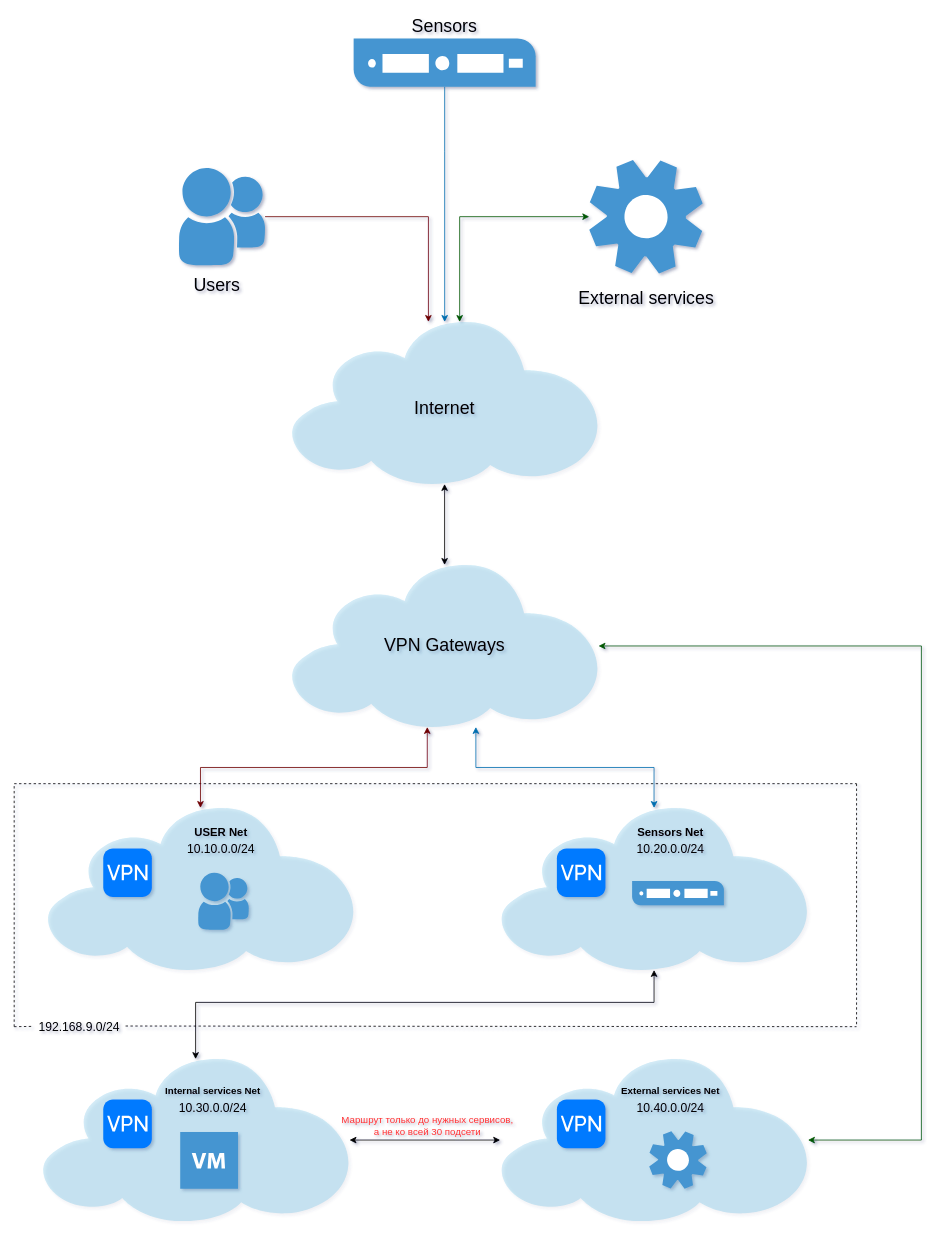
The draw.io diagram network.drawio in versus666jzx/drawio_diagrams, before the edit. Source tidied: cells renumbered, new cells numbered last; positions are measured from the earlier drawing's top-left corner, leaving out a move shared by most shapes. Both pictures are drawn from the tidied source at 81%, with x=0, y=0 at pixel (14, 14).
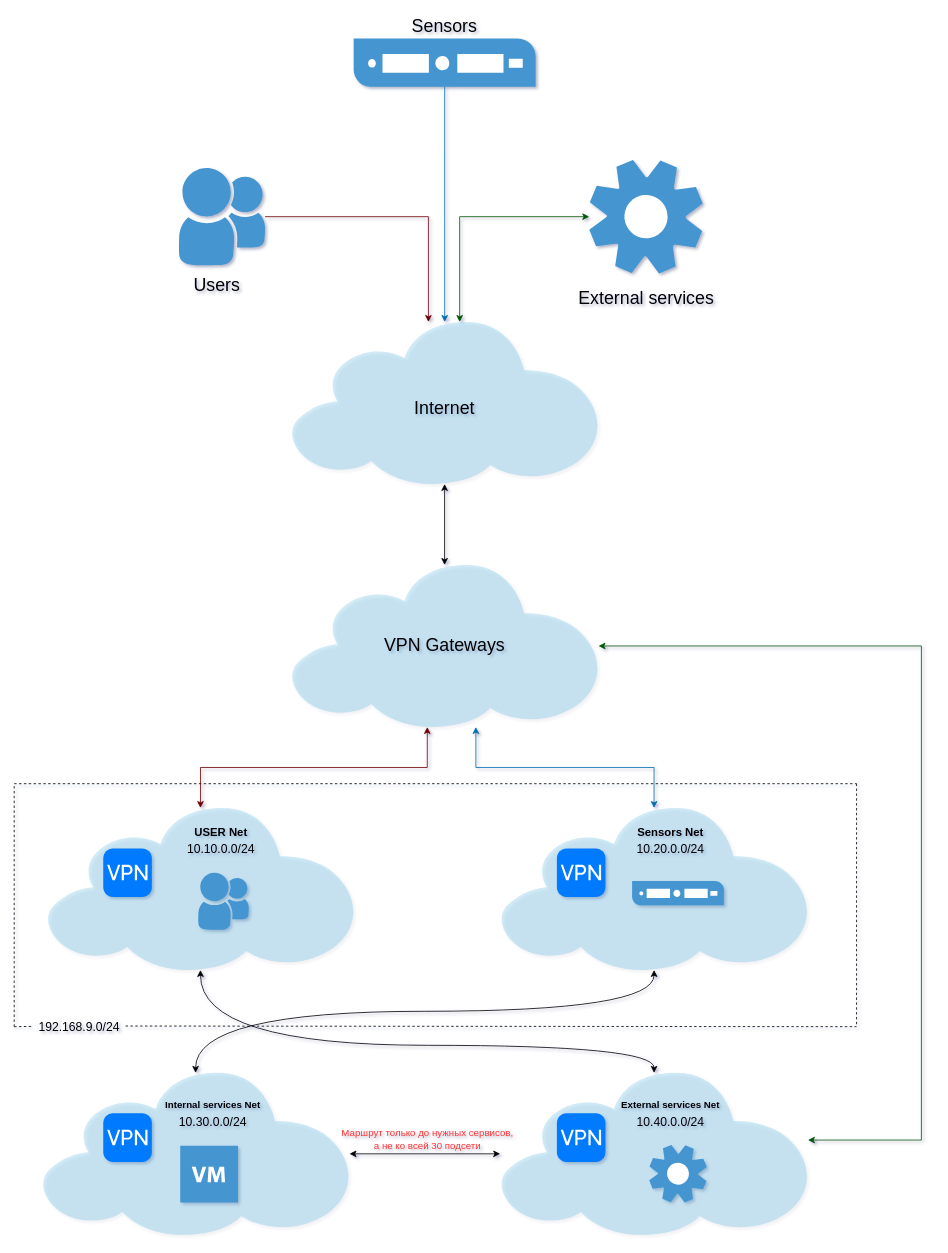
The same page after the edit.

The change refers to these unchanged cells:
```xml
<mxCell id="2" style="shadow=0;dashed=0;html=1;strokeColor=none;fillColor=#4495D1;labelPosition=center;verticalLabelPosition=bottom;verticalAlign=top;align=center;outlineConnect=0;shape=mxgraph.veeam.2d.cloud;" parent="1" vertex="1">
  <mxGeometry x="40" y="980" width="380" height="200" as="geometry" />
</mxCell>
<mxCell id="4" style="shadow=0;dashed=0;html=1;strokeColor=none;fillColor=#4495D1;labelPosition=center;verticalLabelPosition=bottom;verticalAlign=top;align=center;outlineConnect=0;shape=mxgraph.veeam.2d.cloud;" parent="1" vertex="1">
  <mxGeometry x="600" y="980" width="380" height="200" as="geometry" />
</mxCell>
```

Diff of the diagram source:
```diff
@@
+    <mxCell id="48" style="rounded=0;jettySize=auto;html=1;startArrow=classic;startFill=1;edgeStyle=orthogonalEdgeStyle;elbow=vertical;curved=1;" parent="1" edge="1" source="2" target="5">
+      <mxGeometry relative="1" as="geometry">
+        <Array as="points">
+          <mxPoint x="230" y="1273" />
+          <mxPoint x="790" y="1273" />
+        </Array>
+      </mxGeometry>
+    </mxCell>
@@
     <mxCell id="5" style="shadow=0;dashed=0;html=1;strokeColor=none;fillColor=#4495D1;labelPosition=center;verticalLabelPosition=bottom;verticalAlign=top;align=center;outlineConnect=0;shape=mxgraph.veeam.2d.cloud;" parent="1" vertex="1">
-      <mxGeometry x="600" y="1290" width="380" height="200" as="geometry" />
+      <mxGeometry x="600" y="1307" width="380" height="200" as="geometry" />
     </mxCell>
-    <mxCell id="6" style="edgeStyle=orthogonalEdgeStyle;rounded=0;jettySize=auto;html=1;strokeColor=#000000;startArrow=classic;startFill=1;" parent="1" edge="1" source="8" target="4">
+    <mxCell id="6" style="rounded=0;jettySize=auto;html=1;strokeColor=#000000;startArrow=classic;startFill=1;edgeStyle=orthogonalEdgeStyle;elbow=vertical;curved=1;" parent="1" edge="1" source="8" target="4">
       <mxGeometry relative="1" as="geometry">
         <Array as="points">
-          <mxPoint x="224" y="1220" />
-          <mxPoint x="790" y="1220" />
+          <mxPoint x="224" y="1231" />
+          <mxPoint x="790" y="1231" />
         </Array>
       </mxGeometry>
     </mxCell>
@@
     <mxCell id="8" style="shadow=0;dashed=0;html=1;strokeColor=none;fillColor=#4495D1;labelPosition=center;verticalLabelPosition=bottom;verticalAlign=top;align=center;outlineConnect=0;shape=mxgraph.veeam.2d.cloud;" parent="1" vertex="1">
-      <mxGeometry x="34" y="1290" width="380" height="200" as="geometry" />
+      <mxGeometry x="34" y="1307" width="380" height="200" as="geometry" />
     </mxCell>
@@
     <mxCell id="11" style="html=1;strokeWidth=1;shadow=0;dashed=0;shape=mxgraph.ios7.misc.vpn;fillColor=#007AFF;strokeColor=none;buttonText=;strokeColor2=#222222;fontColor=#222222;fontSize=8;verticalLabelPosition=bottom;verticalAlign=top;align=center;" parent="1" vertex="1">
-      <mxGeometry x="670" y="1340" width="60" height="60" as="geometry" />
+      <mxGeometry x="670" y="1357" width="60" height="60" as="geometry" />
     </mxCell>
     <mxCell id="12" style="html=1;strokeWidth=1;shadow=0;dashed=0;shape=mxgraph.ios7.misc.vpn;fillColor=#007AFF;strokeColor=none;buttonText=;strokeColor2=#222222;fontColor=#222222;fontSize=8;verticalLabelPosition=bottom;verticalAlign=top;align=center;" parent="1" vertex="1">
-      <mxGeometry x="110" y="1340" width="60" height="60" as="geometry" />
+      <mxGeometry x="110" y="1357" width="60" height="60" as="geometry" />
     </mxCell>
@@
     <mxCell id="14" style="shadow=0;dashed=0;html=1;strokeColor=none;fillColor=#4495D1;labelPosition=center;verticalLabelPosition=bottom;verticalAlign=top;align=center;shape=mxgraph.veeam.2d.virtual_machine;" parent="1" vertex="1">
-      <mxGeometry x="205" y="1380" width="71.3" height="70" as="geometry" />
+      <mxGeometry x="205" y="1397" width="71.3" height="70" as="geometry" />
     </mxCell>
@@
     <mxCell id="18" value="External services Net" style="text;html=1;align=center;verticalAlign=middle;fontStyle=1;fontSize=12;" parent="1" vertex="1">
-      <mxGeometry x="740" y="1320" width="140" height="20" as="geometry" />
+      <mxGeometry x="740" y="1337" width="140" height="20" as="geometry" />
     </mxCell>
     <mxCell id="19" value="10.40.0.0/24" style="text;html=1;align=center;verticalAlign=middle;fontSize=15;" parent="1" vertex="1">
-      <mxGeometry x="760" y="1340" width="100" height="20" as="geometry" />
+      <mxGeometry x="760" y="1357" width="100" height="20" as="geometry" />
     </mxCell>
     <mxCell id="20" value="Internal services Net" style="text;html=1;align=center;verticalAlign=middle;fontStyle=1;" parent="1" vertex="1">
-      <mxGeometry x="180" y="1320" width="130" height="20" as="geometry" />
+      <mxGeometry x="180" y="1337" width="130" height="20" as="geometry" />
     </mxCell>
     <mxCell id="21" value="10.30.0.0/24" style="text;html=1;align=center;verticalAlign=middle;fontSize=15;" parent="1" vertex="1">
-      <mxGeometry x="195" y="1340" width="100" height="20" as="geometry" />
+      <mxGeometry x="195" y="1357" width="100" height="20" as="geometry" />
     </mxCell>
@@
     <mxCell id="28" style="shadow=0;dashed=0;html=1;strokeColor=none;fillColor=#4495D1;labelPosition=center;verticalLabelPosition=bottom;verticalAlign=top;align=center;shape=mxgraph.veeam.2d.service;" parent="1" vertex="1">
-      <mxGeometry x="784" y="1379" width="71" height="71" as="geometry" />
+      <mxGeometry x="784" y="1396" width="71" height="71" as="geometry" />
     </mxCell>
@@
     <mxCell id="47" value="Маршрут только до нужных сервисов,&lt;br&gt;а не ко всей 30 подсети" style="text;html=1;align=center;verticalAlign=middle;fontColor=#FF3333;" parent="1" vertex="1">
-      <mxGeometry x="399" y="1356" width="221" height="32" as="geometry" />
+      <mxGeometry x="399" y="1373" width="221" height="32" as="geometry" />
     </mxCell>
```
